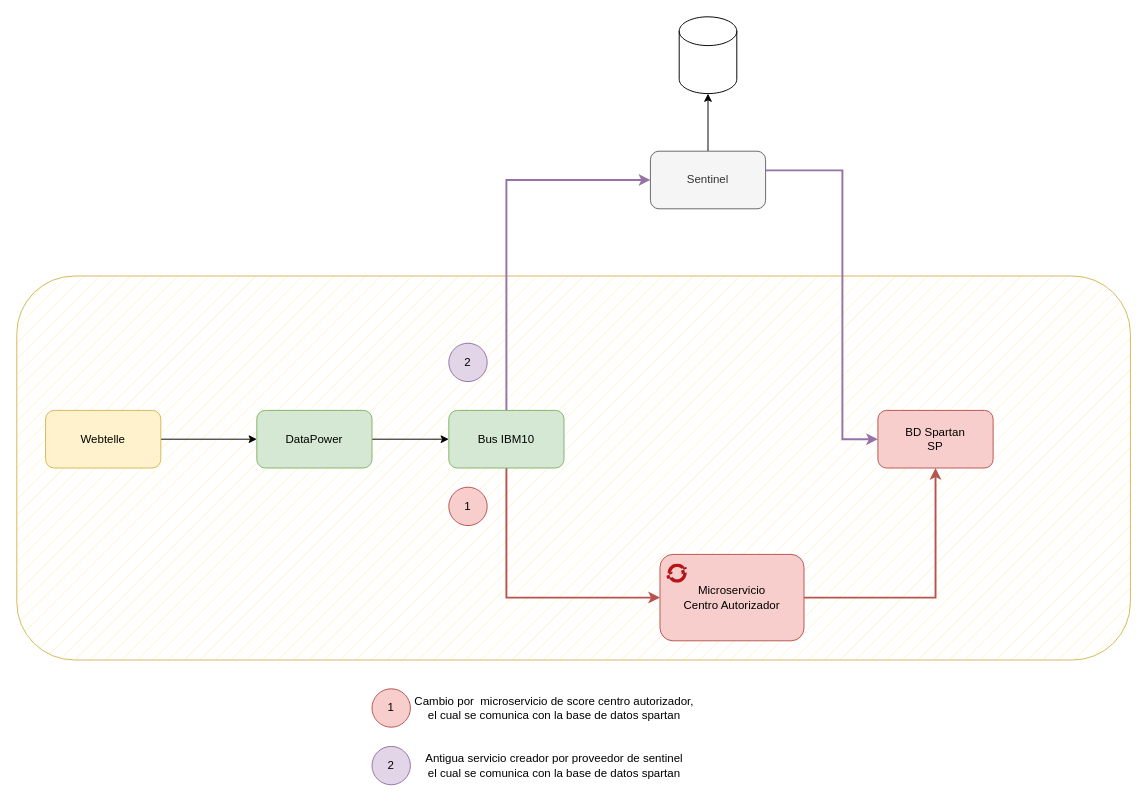
Above: page "Página-14" (10 of 11) of Diagrama sin título.drawio in MarcoPuenayan/diagramas (draw.io), before the change. Source tidied: cells renumbered, new cells numbered last; positions are measured from the earlier drawing's top-left corner, leaving out a move shared by most shapes. Both pictures are drawn from the tidied source at 96%, with x=0, y=0 at pixel (16, 16).
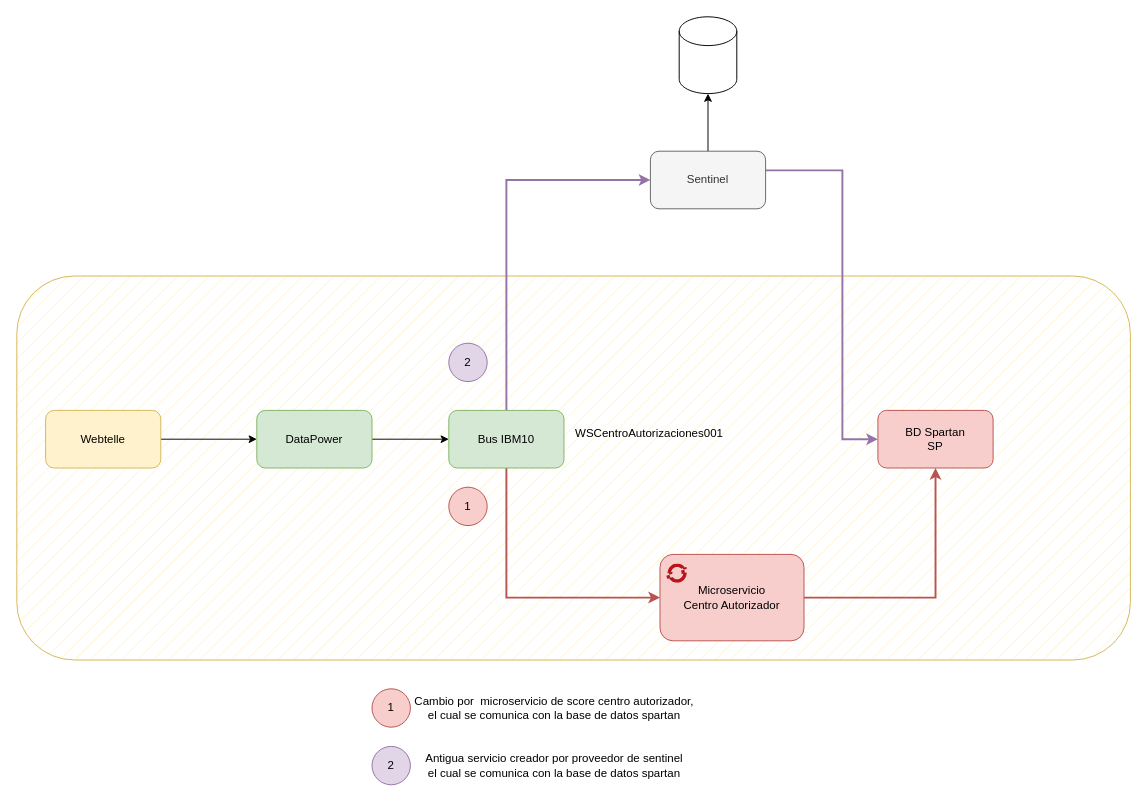
After the change.

Diff of the diagram source:
```diff
@@
+    <mxCell id="24" value="&lt;span&gt;&lt;span class=&quot;ui-provider clb clc c d e f g h i j k l m n o p q r s t cld cle w x y z ab ac ae af ag ah ai aj ak&quot; dir=&quot;ltr&quot;&gt;WSCentroAutorizaciones001&lt;/span&gt;&lt;/span&gt;" style="text;whiteSpace=wrap;html=1;" parent="1" vertex="1">
+      <mxGeometry x="580" y="420" width="190" height="40" as="geometry" />
+    </mxCell>
```
